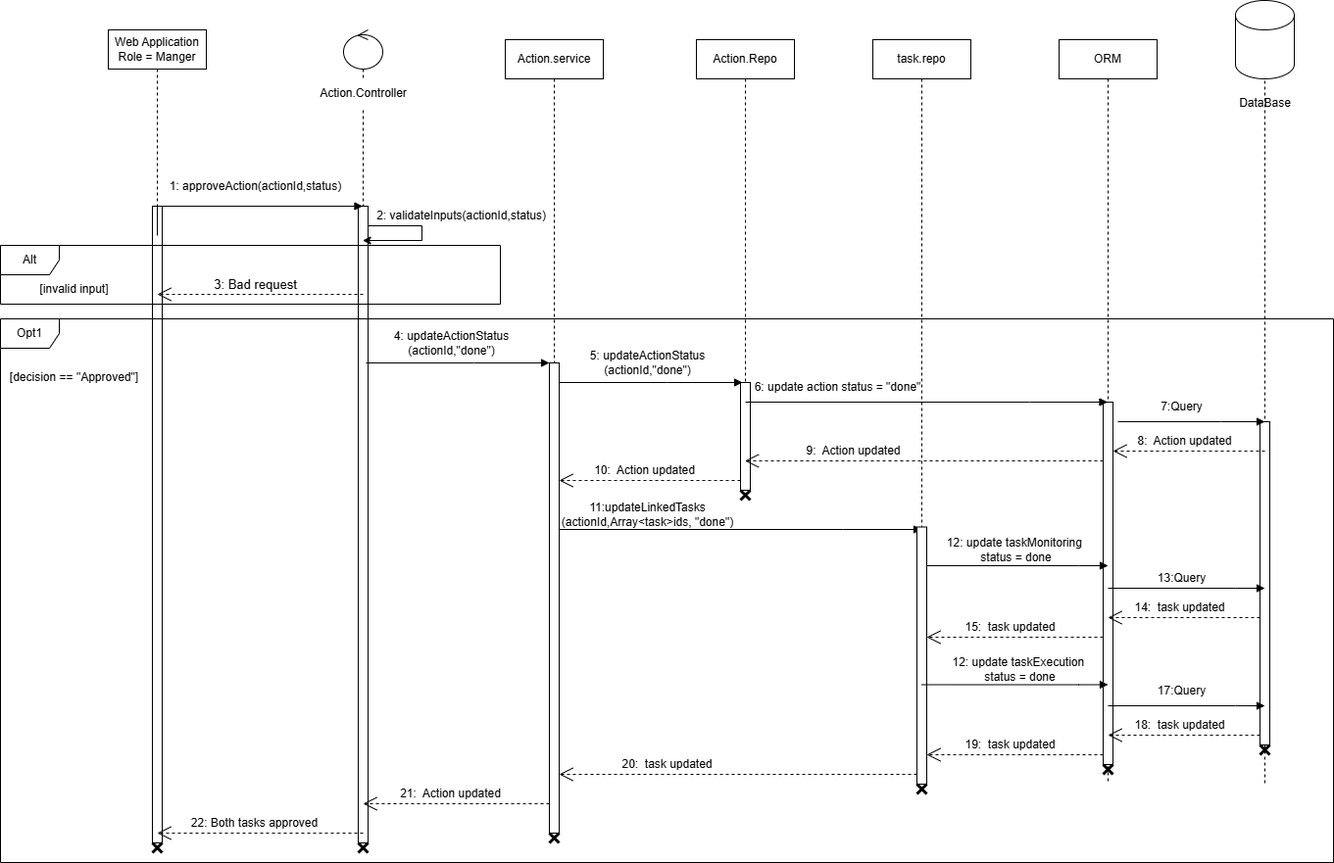
CASANOVA660/PetroSite-Management-System keeps this draw.io diagram as Diagrams_&_Designs/Sprint1-diagrams/sprint1-files-to-orgonize/test.drawio.png. Above is the earlier version. Source tidied: cells renumbered, new cells last; positions are measured from the earlier drawing's top-left corner, leaving out a move shared by most shapes. Its diagram source:
```xml
<mxGraphModel>
  <root>
    <mxCell id="0" />
    <mxCell id="1" parent="0" />
    <mxCell id="2" value="Web Application&lt;div&gt;Role = Manger&lt;/div&gt;" style="shape=umlLifeline;perimeter=lifelinePerimeter;whiteSpace=wrap;html=1;newEdgeStyle={&quot;curved&quot;:0,&quot;rounded&quot;:0};" parent="1" vertex="1">
      <mxGeometry x="110" y="30" width="100" height="830" as="geometry" />
    </mxCell>
    <mxCell id="3" style="html=1;perimeter=orthogonalPerimeter;targetShapes=umlLifeline;newEdgeStyle={&quot;curved&quot;:0,&quot;rounded&quot;:0};" parent="2" vertex="1">
      <mxGeometry x="45" y="180" width="10" height="650" as="geometry" />
    </mxCell>
    <mxCell id="4" style="shape=umlLifeline;perimeter=lifelinePerimeter;whiteSpace=wrap;html=1;outlineConnect=0;portConstraint=eastwest;newEdgeStyle={&quot;curved&quot;:0,&quot;rounded&quot;:0};participant=umlControl;size=40;" parent="1" vertex="1">
      <mxGeometry x="350" y="30" width="40" height="830" as="geometry" />
    </mxCell>
    <mxCell id="5" style="html=1;points=[[0,0,0,0,5],[0,1,0,0,-5],[1,0,0,0,5],[1,1,0,0,-5]];perimeter=orthogonalPerimeter;outlineConnect=0;targetShapes=umlLifeline;portConstraint=eastwest;newEdgeStyle={&quot;curved&quot;:0,&quot;rounded&quot;:0};" parent="4" vertex="1">
      <mxGeometry x="15" y="180" width="10" height="650" as="geometry" />
    </mxCell>
    <mxCell id="6" style="endArrow=classic;html=1;rounded=0;" parent="4" edge="1" source="5" target="4">
      <mxGeometry relative="1" as="geometry">
        <Array as="points">
          <mxPoint x="80" y="200" />
          <mxPoint x="80" y="215" />
        </Array>
      </mxGeometry>
    </mxCell>
    <mxCell id="7" value="Action.service" style="shape=umlLifeline;perimeter=lifelinePerimeter;whiteSpace=wrap;html=1;newEdgeStyle={&quot;curved&quot;:0,&quot;rounded&quot;:0};" parent="1" vertex="1">
      <mxGeometry x="515" y="40" width="100" height="350" as="geometry" />
    </mxCell>
    <mxCell id="8" value="Action.Controller" style="text;html=1;align=center;verticalAlign=middle;strokeColor=none;fillColor=default;" parent="1" vertex="1">
      <mxGeometry x="315" y="80" width="110" height="30" as="geometry" />
    </mxCell>
    <mxCell id="9" value="Action.Repo" style="shape=umlLifeline;perimeter=lifelinePerimeter;whiteSpace=wrap;html=1;outlineConnect=0;portConstraint=eastwest;newEdgeStyle={&quot;curved&quot;:0,&quot;rounded&quot;:0};" parent="1" vertex="1">
      <mxGeometry x="710" y="40" width="100" height="460" as="geometry" />
    </mxCell>
    <mxCell id="10" style="html=1;perimeter=orthogonalPerimeter;targetShapes=umlLifeline;newEdgeStyle={&quot;curved&quot;:0,&quot;rounded&quot;:0};" parent="9" vertex="1">
      <mxGeometry x="45" y="350" width="10" height="110" as="geometry" />
    </mxCell>
    <mxCell id="11" value="task.repo" style="shape=umlLifeline;perimeter=lifelinePerimeter;whiteSpace=wrap;html=1;newEdgeStyle={&quot;curved&quot;:0,&quot;rounded&quot;:0};" parent="1" vertex="1">
      <mxGeometry x="890" y="40" width="100" height="710" as="geometry" />
    </mxCell>
    <mxCell id="12" value="ORM" style="shape=umlLifeline;perimeter=lifelinePerimeter;whiteSpace=wrap;html=1;outlineConnect=0;portConstraint=eastwest;newEdgeStyle={&quot;curved&quot;:0,&quot;rounded&quot;:0};" parent="1" vertex="1">
      <mxGeometry x="1080" y="40" width="100" height="760" as="geometry" />
    </mxCell>
    <mxCell id="13" style="html=1;perimeter=orthogonalPerimeter;targetShapes=umlLifeline;newEdgeStyle={&quot;curved&quot;:0,&quot;rounded&quot;:0};" parent="12" vertex="1">
      <mxGeometry x="45" y="370" width="10" height="370" as="geometry" />
    </mxCell>
    <mxCell id="14" value="DataBase" style="text;html=1;align=center;verticalAlign=middle;strokeColor=none;fillColor=default;" parent="1" vertex="1">
      <mxGeometry x="1250" y="90" width="80" height="30" as="geometry" />
    </mxCell>
    <mxCell id="15" style="endArrow=block;endFill=1;html=1;edgeStyle=orthogonalEdgeStyle;align=left;verticalAlign=top;rounded=0;" parent="1" edge="1" target="4">
      <mxGeometry x="-1" relative="1" as="geometry">
        <mxPoint x="160" y="240" as="sourcePoint" />
        <Array as="points">
          <mxPoint x="160" y="210" />
        </Array>
      </mxGeometry>
    </mxCell>
    <mxCell id="16" value="1: approveAction(actionId,status)" style="text;html=1;align=center;verticalAlign=middle;strokeColor=none;fillColor=none;" parent="1" vertex="1">
      <mxGeometry x="160" y="175" width="200" height="30" as="geometry" />
    </mxCell>
    <mxCell id="17" value="&lt;font style=&quot;font-size: 12px;&quot;&gt;22: Both tasks approved&lt;/font&gt;" style="endArrow=open;endSize=12;dashed=1;html=1;rounded=0;fontSize=10;" parent="1" edge="1">
      <mxGeometry x="0.06" y="-10" relative="1" as="geometry">
        <mxPoint x="370" y="850" as="sourcePoint" />
        <mxPoint x="160" y="850" as="targetPoint" />
      </mxGeometry>
    </mxCell>
    <mxCell id="18" style="endArrow=block;endFill=1;html=1;edgeStyle=orthogonalEdgeStyle;align=left;verticalAlign=top;rounded=0;" parent="1" edge="1">
      <mxGeometry x="-1" relative="1" as="geometry">
        <mxPoint x="373" y="370" as="sourcePoint" />
        <mxPoint x="560" y="370" as="targetPoint" />
        <Array as="points">
          <mxPoint x="483" y="370" />
          <mxPoint x="483" y="370" />
        </Array>
      </mxGeometry>
    </mxCell>
    <mxCell id="19" value="4: updateActionStatus&lt;div&gt;(actionId,&quot;done&quot;)&lt;/div&gt;" style="text;html=1;align=center;verticalAlign=middle;strokeColor=none;fillColor=none;" parent="1" vertex="1">
      <mxGeometry x="390" y="330" width="140" height="40" as="geometry" />
    </mxCell>
    <mxCell id="20" value="2: validateInputs(actionId,status)" style="text;html=1;align=center;verticalAlign=middle;strokeColor=none;fillColor=none;" parent="1" vertex="1">
      <mxGeometry x="370" y="205" width="200" height="30" as="geometry" />
    </mxCell>
    <mxCell id="21" value="Alt" style="shape=umlFrame;whiteSpace=wrap;html=1;" parent="1" vertex="1">
      <mxGeometry y="250" width="510" height="60" as="geometry" />
    </mxCell>
    <mxCell id="22" value="&lt;font style=&quot;font-size: 13px;&quot;&gt;3: Bad request&lt;/font&gt;" style="endArrow=open;endSize=12;dashed=1;html=1;rounded=0;" parent="1" edge="1">
      <mxGeometry x="0.05" y="-10" relative="1" as="geometry">
        <mxPoint x="370" y="300" as="sourcePoint" />
        <mxPoint x="160" y="300" as="targetPoint" />
      </mxGeometry>
    </mxCell>
    <mxCell id="23" value="[invalid input]" style="text;html=1;align=center;verticalAlign=middle;strokeColor=none;fillColor=none;" parent="1" vertex="1">
      <mxGeometry x="30" y="280" width="90" height="30" as="geometry" />
    </mxCell>
    <mxCell id="24" style="html=1;points=[[0,0,0,0,5],[0,1,0,0,-5],[1,0,0,0,5],[1,1,0,0,-5]];perimeter=orthogonalPerimeter;outlineConnect=0;targetShapes=umlLifeline;portConstraint=eastwest;newEdgeStyle={&quot;curved&quot;:0,&quot;rounded&quot;:0};" parent="1" vertex="1">
      <mxGeometry x="560" y="370" width="10" height="480" as="geometry" />
    </mxCell>
    <mxCell id="25" style="endArrow=block;endFill=1;html=1;edgeStyle=orthogonalEdgeStyle;align=left;verticalAlign=top;rounded=0;" parent="1" edge="1">
      <mxGeometry x="-1" relative="1" as="geometry">
        <mxPoint x="570" y="390" as="sourcePoint" />
        <mxPoint x="757" y="390" as="targetPoint" />
        <Array as="points">
          <mxPoint x="680" y="390" />
          <mxPoint x="680" y="390" />
        </Array>
      </mxGeometry>
    </mxCell>
    <mxCell id="26" style="endArrow=block;endFill=1;html=1;edgeStyle=orthogonalEdgeStyle;align=left;verticalAlign=top;rounded=0;" parent="1" edge="1" target="12">
      <mxGeometry x="-1" relative="1" as="geometry">
        <mxPoint x="760" y="410" as="sourcePoint" />
        <Array as="points">
          <mxPoint x="1050" y="410" />
          <mxPoint x="1050" y="410" />
        </Array>
      </mxGeometry>
    </mxCell>
    <mxCell id="27" value="6: update action status = &quot;done&quot;" style="text;html=1;align=center;verticalAlign=middle;strokeColor=none;fillColor=none;" parent="1" vertex="1">
      <mxGeometry x="760" y="382" width="188" height="26" as="geometry" />
    </mxCell>
    <mxCell id="28" style="shape=umlLifeline;perimeter=lifelinePerimeter;whiteSpace=wrap;html=1;newEdgeStyle={&quot;curved&quot;:0,&quot;rounded&quot;:0};participant=umlActor;" parent="1" vertex="1">
      <mxGeometry x="1280" y="30" width="20" height="770" as="geometry" />
    </mxCell>
    <mxCell id="29" style="html=1;perimeter=orthogonalPerimeter;targetShapes=umlLifeline;newEdgeStyle={&quot;curved&quot;:0,&quot;rounded&quot;:0};" parent="28" vertex="1">
      <mxGeometry x="5" y="400" width="10" height="330" as="geometry" />
    </mxCell>
    <mxCell id="30" style="shape=umlDestroy;whiteSpace=wrap;html=1;strokeWidth=3;targetShapes=umlLifeline;" parent="28" vertex="1">
      <mxGeometry x="5" y="730" width="10" height="10" as="geometry" />
    </mxCell>
    <mxCell id="31" style="shape=cylinder3;whiteSpace=wrap;html=1;boundedLbl=1;backgroundOutline=1;size=15;" parent="1" vertex="1">
      <mxGeometry x="1260" width="60" height="80" as="geometry" />
    </mxCell>
    <mxCell id="32" style="endArrow=block;endFill=1;html=1;edgeStyle=orthogonalEdgeStyle;align=left;verticalAlign=top;rounded=0;" parent="1" edge="1">
      <mxGeometry x="-1" relative="1" as="geometry">
        <mxPoint x="1140" y="430" as="sourcePoint" />
        <mxPoint x="1290" y="430" as="targetPoint" />
        <Array as="points">
          <mxPoint x="1245" y="430" />
          <mxPoint x="1245" y="430" />
        </Array>
      </mxGeometry>
    </mxCell>
    <mxCell id="33" value="7:Query" style="text;html=1;align=center;verticalAlign=middle;strokeColor=none;fillColor=none;" parent="1" vertex="1">
      <mxGeometry x="1170" y="400" width="70" height="30" as="geometry" />
    </mxCell>
    <mxCell id="34" value="&lt;font style=&quot;font-size: 12px;&quot;&gt;8:&amp;nbsp; Action updated&lt;/font&gt;" style="endArrow=open;endSize=12;dashed=1;html=1;rounded=0;fontSize=10;" parent="1" edge="1">
      <mxGeometry x="0.06" y="-10" relative="1" as="geometry">
        <mxPoint x="1290" y="460" as="sourcePoint" />
        <mxPoint x="1135" y="460" as="targetPoint" />
      </mxGeometry>
    </mxCell>
    <mxCell id="35" value="&lt;span style=&quot;font-size: 12px;&quot;&gt;9:&amp;nbsp; Action updated&lt;/span&gt;" style="endArrow=open;endSize=12;dashed=1;html=1;rounded=0;fontSize=10;" parent="1" edge="1" target="9">
      <mxGeometry x="0.39" y="-10" relative="1" as="geometry">
        <mxPoint x="1125" y="470" as="sourcePoint" />
      </mxGeometry>
    </mxCell>
    <mxCell id="36" value="&lt;span style=&quot;font-size: 12px;&quot;&gt;10:&amp;nbsp; Action updated&lt;/span&gt;" style="endArrow=open;endSize=12;dashed=1;html=1;rounded=0;fontSize=10;" parent="1" edge="1" target="24">
      <mxGeometry x="0.06" y="-10" relative="1" as="geometry">
        <mxPoint x="755" y="490" as="sourcePoint" />
      </mxGeometry>
    </mxCell>
    <mxCell id="37" value="5: updateActionStatus&lt;div&gt;(actionId,&quot;done&quot;)&lt;/div&gt;" style="text;html=1;align=center;verticalAlign=middle;strokeColor=none;fillColor=none;" parent="1" vertex="1">
      <mxGeometry x="590" y="350" width="140" height="40" as="geometry" />
    </mxCell>
    <mxCell id="38" style="endArrow=block;endFill=1;html=1;edgeStyle=orthogonalEdgeStyle;align=left;verticalAlign=top;rounded=0;" parent="1" edge="1">
      <mxGeometry x="-1" relative="1" as="geometry">
        <mxPoint x="570" y="540" as="sourcePoint" />
        <mxPoint x="940" y="540" as="targetPoint" />
        <Array as="points">
          <mxPoint x="860" y="540" />
          <mxPoint x="860" y="540" />
        </Array>
      </mxGeometry>
    </mxCell>
    <mxCell id="39" value="11:updateLinkedTasks&lt;div&gt;(actionId,Array&amp;lt;task&amp;gt;ids, &quot;done&quot;)&lt;/div&gt;" style="text;html=1;align=center;verticalAlign=middle;strokeColor=none;fillColor=none;" parent="1" vertex="1">
      <mxGeometry x="560" y="505" width="200" height="40" as="geometry" />
    </mxCell>
    <mxCell id="40" value="Opt1" style="shape=umlFrame;whiteSpace=wrap;html=1;" parent="1" vertex="1">
      <mxGeometry y="325" width="1360" height="555" as="geometry" />
    </mxCell>
    <mxCell id="41" style="endArrow=block;endFill=1;html=1;edgeStyle=orthogonalEdgeStyle;align=left;verticalAlign=top;rounded=0;" parent="1" edge="1">
      <mxGeometry x="-1" relative="1" as="geometry">
        <mxPoint x="940" y="577" as="sourcePoint" />
        <mxPoint x="1130" y="577" as="targetPoint" />
        <Array as="points">
          <mxPoint x="1100" y="576.8" />
          <mxPoint x="1100" y="576.8" />
        </Array>
      </mxGeometry>
    </mxCell>
    <mxCell id="42" value="12: update taskMonitoring&amp;nbsp;&lt;div&gt;status = done&lt;/div&gt;" style="text;html=1;align=center;verticalAlign=middle;strokeColor=none;fillColor=none;" parent="1" vertex="1">
      <mxGeometry x="956" y="540" width="159" height="41" as="geometry" />
    </mxCell>
    <mxCell id="43" style="endArrow=block;endFill=1;html=1;edgeStyle=orthogonalEdgeStyle;align=left;verticalAlign=top;rounded=0;" parent="1" edge="1">
      <mxGeometry x="-1" relative="1" as="geometry">
        <mxPoint x="1130" y="600" as="sourcePoint" />
        <mxPoint x="1290" y="600" as="targetPoint" />
        <Array as="points">
          <mxPoint x="1260" y="599.9" />
          <mxPoint x="1260" y="599.9" />
        </Array>
      </mxGeometry>
    </mxCell>
    <mxCell id="44" value="&lt;font style=&quot;font-size: 12px;&quot;&gt;14:&amp;nbsp; task updated&lt;/font&gt;" style="endArrow=open;endSize=12;dashed=1;html=1;rounded=0;fontSize=10;" parent="1" edge="1">
      <mxGeometry x="0.06" y="-10" relative="1" as="geometry">
        <mxPoint x="1285" y="630" as="sourcePoint" />
        <mxPoint x="1130" y="630" as="targetPoint" />
      </mxGeometry>
    </mxCell>
    <mxCell id="45" value="&lt;font style=&quot;font-size: 12px;&quot;&gt;15:&amp;nbsp; task updated&lt;/font&gt;" style="endArrow=open;endSize=12;dashed=1;html=1;rounded=0;fontSize=10;" parent="1" edge="1" target="46">
      <mxGeometry x="0.06" y="-10" relative="1" as="geometry">
        <mxPoint x="1125" y="650" as="sourcePoint" />
      </mxGeometry>
    </mxCell>
    <mxCell id="46" style="html=1;points=[[0,0,0,0,5],[0,1,0,0,-5],[1,0,0,0,5],[1,1,0,0,-5]];perimeter=orthogonalPerimeter;outlineConnect=0;targetShapes=umlLifeline;portConstraint=eastwest;newEdgeStyle={&quot;curved&quot;:0,&quot;rounded&quot;:0};" parent="1" vertex="1">
      <mxGeometry x="935" y="537.5" width="10" height="262.5" as="geometry" />
    </mxCell>
    <mxCell id="47" style="endArrow=block;endFill=1;html=1;edgeStyle=orthogonalEdgeStyle;align=left;verticalAlign=top;rounded=0;" parent="1" edge="1">
      <mxGeometry x="-1" relative="1" as="geometry">
        <mxPoint x="940" y="698.5" as="sourcePoint" />
        <mxPoint x="1130" y="698.5" as="targetPoint" />
        <Array as="points">
          <mxPoint x="1100" y="698.3" />
          <mxPoint x="1100" y="698.3" />
        </Array>
      </mxGeometry>
    </mxCell>
    <mxCell id="48" style="endArrow=block;endFill=1;html=1;edgeStyle=orthogonalEdgeStyle;align=left;verticalAlign=top;rounded=0;" parent="1" edge="1">
      <mxGeometry x="-1" relative="1" as="geometry">
        <mxPoint x="1130" y="720" as="sourcePoint" />
        <mxPoint x="1290" y="720" as="targetPoint" />
        <Array as="points">
          <mxPoint x="1260" y="719.9" />
          <mxPoint x="1260" y="719.9" />
        </Array>
      </mxGeometry>
    </mxCell>
    <mxCell id="49" value="&lt;font style=&quot;font-size: 12px;&quot;&gt;18:&amp;nbsp; task updated&lt;/font&gt;" style="endArrow=open;endSize=12;dashed=1;html=1;rounded=0;fontSize=10;" parent="1" edge="1">
      <mxGeometry x="0.06" y="-10" relative="1" as="geometry">
        <mxPoint x="1285" y="750" as="sourcePoint" />
        <mxPoint x="1130" y="750" as="targetPoint" />
      </mxGeometry>
    </mxCell>
    <mxCell id="50" value="&lt;font style=&quot;font-size: 12px;&quot;&gt;19:&amp;nbsp; task updated&lt;/font&gt;" style="endArrow=open;endSize=12;dashed=1;html=1;rounded=0;fontSize=10;" parent="1" edge="1" target="46">
      <mxGeometry x="0.06" y="-10" relative="1" as="geometry">
        <mxPoint x="1125" y="770" as="sourcePoint" />
      </mxGeometry>
    </mxCell>
    <mxCell id="51" value="&lt;font style=&quot;font-size: 12px;&quot;&gt;20:&amp;nbsp; task updated&lt;/font&gt;" style="endArrow=open;endSize=12;dashed=1;html=1;rounded=0;fontSize=10;" parent="1" edge="1" target="24">
      <mxGeometry x="0.4" y="-10" relative="1" as="geometry">
        <mxPoint x="935" y="790" as="sourcePoint" />
      </mxGeometry>
    </mxCell>
    <mxCell id="52" value="&lt;font style=&quot;font-size: 12px;&quot;&gt;21:&amp;nbsp; Action updated&lt;/font&gt;" style="endArrow=open;endSize=12;dashed=1;html=1;rounded=0;fontSize=10;" parent="1" edge="1">
      <mxGeometry x="0.06" y="-10" relative="1" as="geometry">
        <mxPoint x="560" y="820" as="sourcePoint" />
        <mxPoint x="370" y="820" as="targetPoint" />
      </mxGeometry>
    </mxCell>
    <mxCell id="53" value="[decision == &quot;Approved&quot;]" style="text;html=1;align=center;verticalAlign=middle;strokeColor=none;fillColor=none;" parent="1" vertex="1">
      <mxGeometry y="370" width="150" height="30" as="geometry" />
    </mxCell>
    <mxCell id="54" value="13:Query" style="text;html=1;align=center;verticalAlign=middle;strokeColor=none;fillColor=none;" parent="1" vertex="1">
      <mxGeometry x="1170" y="575" width="70" height="30" as="geometry" />
    </mxCell>
    <mxCell id="55" value="17:Query" style="text;html=1;align=center;verticalAlign=middle;strokeColor=none;fillColor=none;" parent="1" vertex="1">
      <mxGeometry x="1170" y="690" width="70" height="30" as="geometry" />
    </mxCell>
    <mxCell id="56" style="shape=umlDestroy;whiteSpace=wrap;html=1;strokeWidth=3;targetShapes=umlLifeline;" parent="1" vertex="1">
      <mxGeometry x="1125" y="780" width="10" height="10" as="geometry" />
    </mxCell>
    <mxCell id="57" style="shape=umlDestroy;whiteSpace=wrap;html=1;strokeWidth=3;targetShapes=umlLifeline;" parent="1" vertex="1">
      <mxGeometry x="935" y="800" width="10" height="10" as="geometry" />
    </mxCell>
    <mxCell id="58" style="shape=umlDestroy;whiteSpace=wrap;html=1;strokeWidth=3;targetShapes=umlLifeline;" parent="1" vertex="1">
      <mxGeometry x="755" y="500" width="10" height="10" as="geometry" />
    </mxCell>
    <mxCell id="59" style="shape=umlDestroy;whiteSpace=wrap;html=1;strokeWidth=3;targetShapes=umlLifeline;" parent="1" vertex="1">
      <mxGeometry x="560" y="850" width="10" height="10" as="geometry" />
    </mxCell>
    <mxCell id="60" style="shape=umlDestroy;whiteSpace=wrap;html=1;strokeWidth=3;targetShapes=umlLifeline;" parent="1" vertex="1">
      <mxGeometry x="365" y="860" width="10" height="10" as="geometry" />
    </mxCell>
    <mxCell id="61" style="shape=umlDestroy;whiteSpace=wrap;html=1;strokeWidth=3;targetShapes=umlLifeline;" parent="1" vertex="1">
      <mxGeometry x="155" y="860" width="10" height="10" as="geometry" />
    </mxCell>
    <mxCell id="62" value="12: update taskExecution&amp;nbsp;&lt;div&gt;status = done&lt;/div&gt;" style="text;html=1;align=center;verticalAlign=middle;strokeColor=none;fillColor=none;" parent="1" vertex="1">
      <mxGeometry x="962" y="662" width="156" height="41" as="geometry" />
    </mxCell>
  </root>
</mxGraphModel>
```
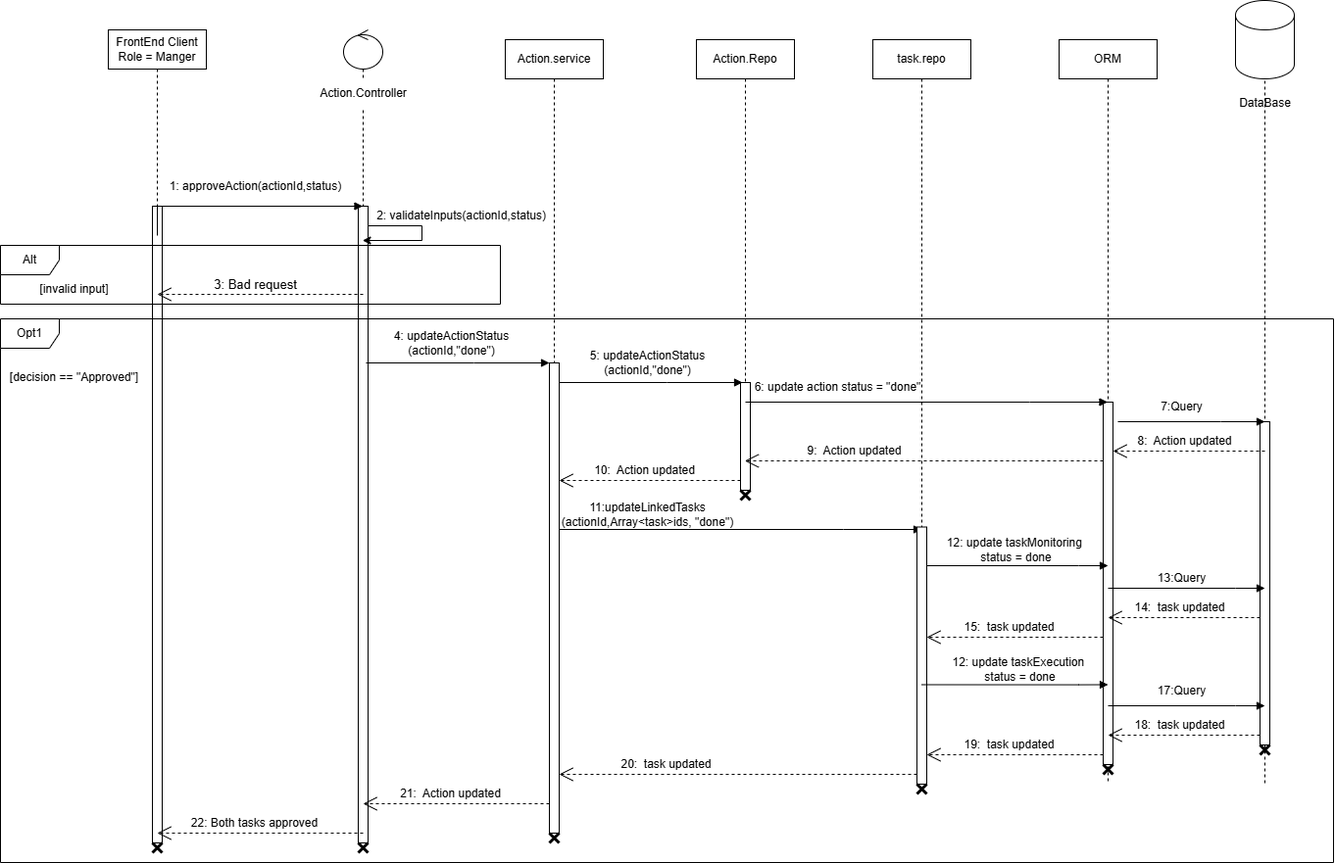
After the commit.

What changed in the source:
```diff
@@ -2,7 +2,7 @@
   <root>
     <mxCell id="0" />
     <mxCell id="1" parent="0" />
-    <mxCell id="2" value="Web Application&lt;div&gt;Role = Manger&lt;/div&gt;" style="shape=umlLifeline;perimeter=lifelinePerimeter;whiteSpace=wrap;html=1;newEdgeStyle={&quot;curved&quot;:0,&quot;rounded&quot;:0};" parent="1" vertex="1">
+    <mxCell id="2" value="FrontEnd Client&lt;div&gt;Role = Manger&lt;/div&gt;" style="shape=umlLifeline;perimeter=lifelinePerimeter;whiteSpace=wrap;html=1;newEdgeStyle={&quot;curved&quot;:0,&quot;rounded&quot;:0};" parent="1" vertex="1">
       <mxGeometry x="110" y="30" width="100" height="830" as="geometry" />
     </mxCell>
     <mxCell id="3" style="html=1;perimeter=orthogonalPerimeter;targetShapes=umlLifeline;newEdgeStyle={&quot;curved&quot;:0,&quot;rounded&quot;:0};" parent="2" vertex="1">
```
